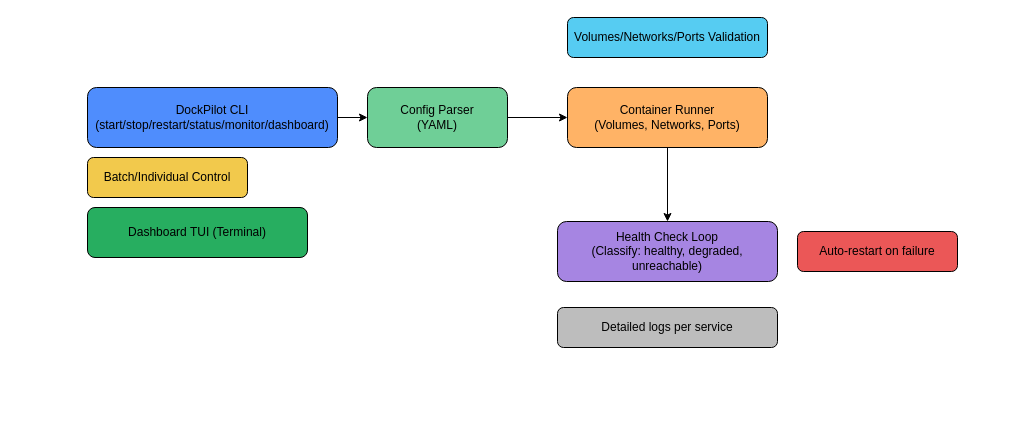
Earlier version of the draw.io diagram docs/architecture.drawio (lorenaziviani/dock_pilot). Source tidied: cells renumbered, new cells numbered last; positions are measured from the earlier drawing's top-left corner, leaving out a move shared by most shapes. Both pictures are drawn from the tidied source at 100%, with x=0, y=0 at pixel (87, 17).
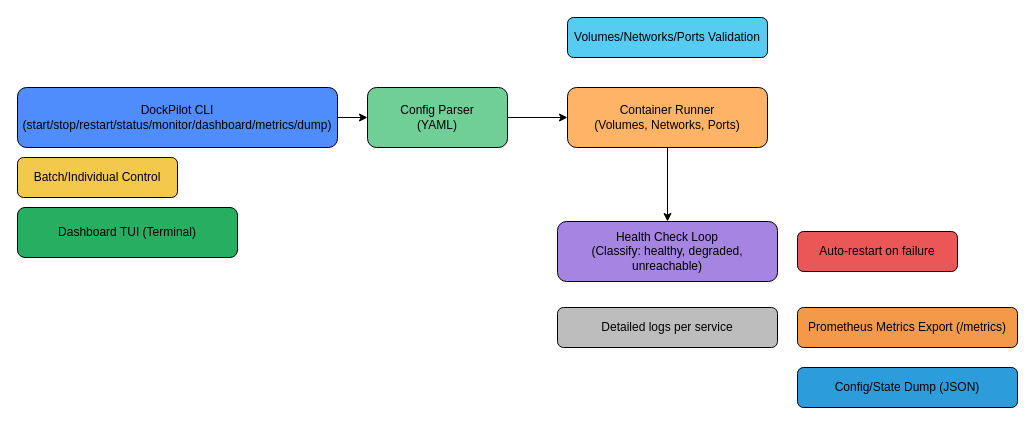
The same page after the edit.

Commit message (it also covers changes not shown here):
Add structured logging, Prometheus metrics, and state export

The edit, as a diff of the source:
```diff
@@
 <mxGraphModel>
   <root>
     <mxCell id="0" />
     <mxCell id="1" parent="0" />
     <mxCell id="2" style="edgeStyle=none;html=1;" parent="1" edge="1" source="3" target="5">
       <mxGeometry relative="1" as="geometry" />
     </mxCell>
-    <mxCell id="3" value="DockPilot CLI&lt;div&gt;(start/stop/restart/status/monitor/dashboard)&lt;/div&gt;" style="rounded=1;whiteSpace=wrap;html=1;fillColor=#4F8DFD;" parent="1" vertex="1">
-      <mxGeometry y="70" width="250" height="60" as="geometry" />
+    <mxCell id="3" value="DockPilot CLI&lt;div&gt;(start/stop/restart/status/monitor/dashboard/metrics/dump)&lt;/div&gt;" style="rounded=1;whiteSpace=wrap;html=1;fillColor=#4F8DFD;" parent="1" vertex="1">
+      <mxGeometry x="-70" y="70" width="320" height="60" as="geometry" />
     </mxCell>
     <mxCell id="4" style="edgeStyle=none;html=1;" parent="1" edge="1" source="5" target="7">
       <mxGeometry relative="1" as="geometry" />
     </mxCell>
     <mxCell id="5" value="Config Parser&lt;div&gt;(YAML)&lt;/div&gt;" style="rounded=1;whiteSpace=wrap;html=1;fillColor=#6FCF97;" parent="1" vertex="1">
       <mxGeometry x="280" y="70" width="140" height="60" as="geometry" />
     </mxCell>
     <mxCell id="6" style="edgeStyle=none;html=1;" parent="1" edge="1" source="7" target="8">
       <mxGeometry relative="1" as="geometry" />
     </mxCell>
     <mxCell id="7" value="Container Runner&lt;div&gt;(Volumes, Networks, Ports)&lt;/div&gt;" style="rounded=1;whiteSpace=wrap;html=1;fillColor=#FFB366;" parent="1" vertex="1">
       <mxGeometry x="480" y="70" width="200" height="60" as="geometry" />
     </mxCell>
     <mxCell id="8" value="Health Check Loop&lt;div&gt;(Classify: healthy, degraded, unreachable)&lt;/div&gt;" style="rounded=1;whiteSpace=wrap;html=1;fillColor=#A685E2;" parent="1" vertex="1">
       <mxGeometry x="470" y="204" width="220" height="60" as="geometry" />
     </mxCell>
     <mxCell id="9" value="Batch/Individual Control" style="rounded=1;whiteSpace=wrap;html=1;fillColor=#F2C94C;" parent="1" vertex="1">
-      <mxGeometry y="140" width="160" height="40" as="geometry" />
+      <mxGeometry x="-70" y="140" width="160" height="40" as="geometry" />
     </mxCell>
     <mxCell id="10" value="Volumes/Networks/Ports Validation" style="rounded=1;whiteSpace=wrap;html=1;fillColor=#56CCF2;" parent="1" vertex="1">
       <mxGeometry x="480" width="200" height="40" as="geometry" />
     </mxCell>
     <mxCell id="11" value="Auto-restart on failure" style="rounded=1;whiteSpace=wrap;html=1;fillColor=#EB5757;" parent="1" vertex="1">
       <mxGeometry x="710" y="214" width="160" height="40" as="geometry" />
     </mxCell>
     <mxCell id="12" value="Detailed logs per service" style="rounded=1;whiteSpace=wrap;html=1;fillColor=#BDBDBD;" parent="1" vertex="1">
       <mxGeometry x="470" y="290" width="220" height="40" as="geometry" />
     </mxCell>
     <mxCell id="13" value="Dashboard TUI (Terminal)" style="rounded=1;whiteSpace=wrap;html=1;fillColor=#27AE60;" parent="1" vertex="1">
-      <mxGeometry y="190" width="220" height="50" as="geometry" />
+      <mxGeometry x="-70" y="190" width="220" height="50" as="geometry" />
     </mxCell>
+    <mxCell id="14" value="Prometheus Metrics Export (/metrics)" style="rounded=1;whiteSpace=wrap;html=1;fillColor=#F2994A;" parent="1" vertex="1">
+      <mxGeometry x="710" y="290" width="220" height="40" as="geometry" />
+    </mxCell>
+    <mxCell id="15" value="Config/State Dump (JSON)" style="rounded=1;whiteSpace=wrap;html=1;fillColor=#2D9CDB;" parent="1" vertex="1">
+      <mxGeometry x="710" y="350" width="220" height="40" as="geometry" />
+    </mxCell>
   </root>
 </mxGraphModel>
```
